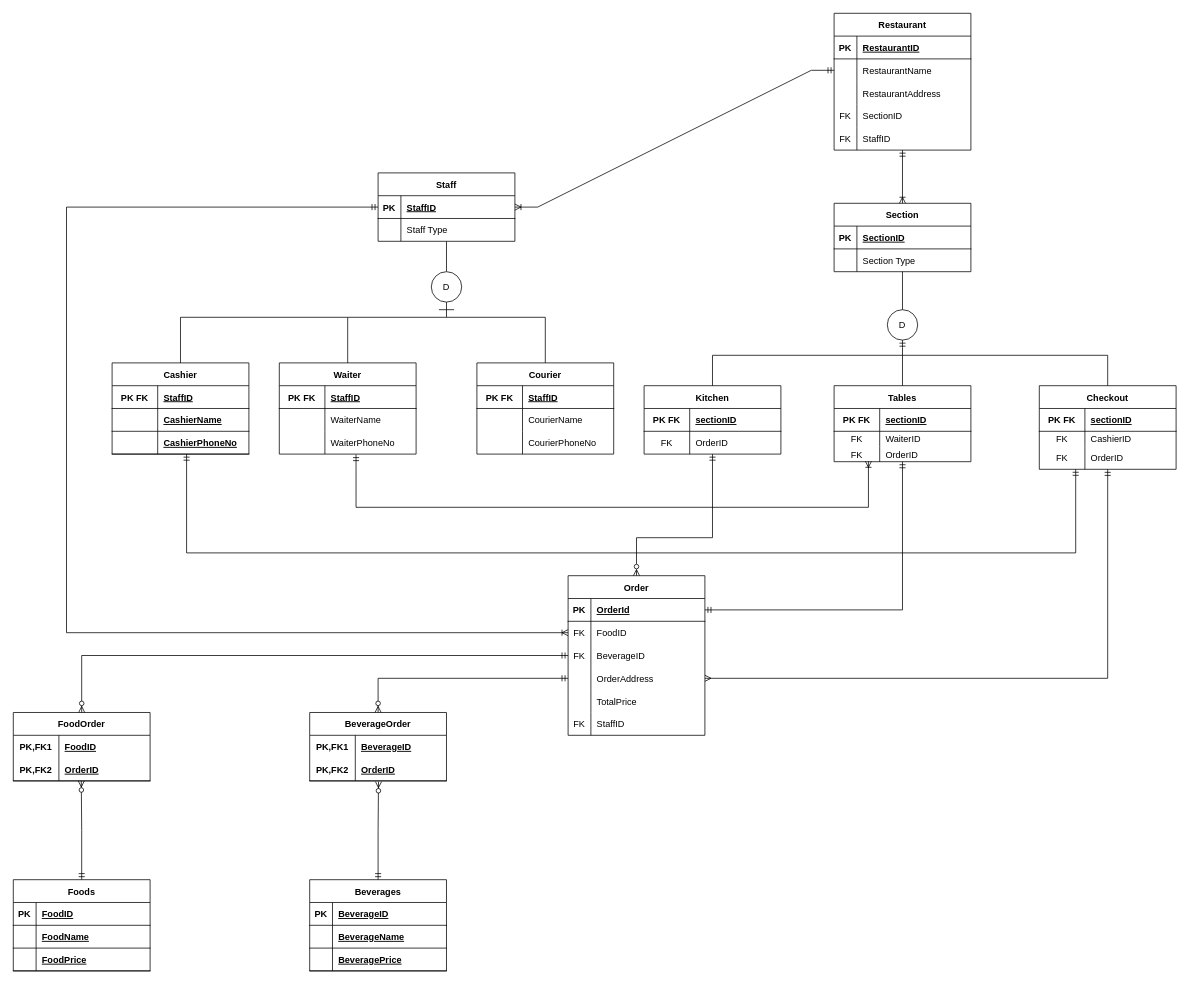
Before: restaurant.drawio in burakalatas/CafeOrderProject, a draw.io diagram. Source tidied: cells renumbered, new cells numbered last; positions are measured from the earlier drawing's top-left corner, leaving out a move shared by most shapes. Both pictures are drawn from the tidied source at 76%, with x=0, y=0 at pixel (13, 13).
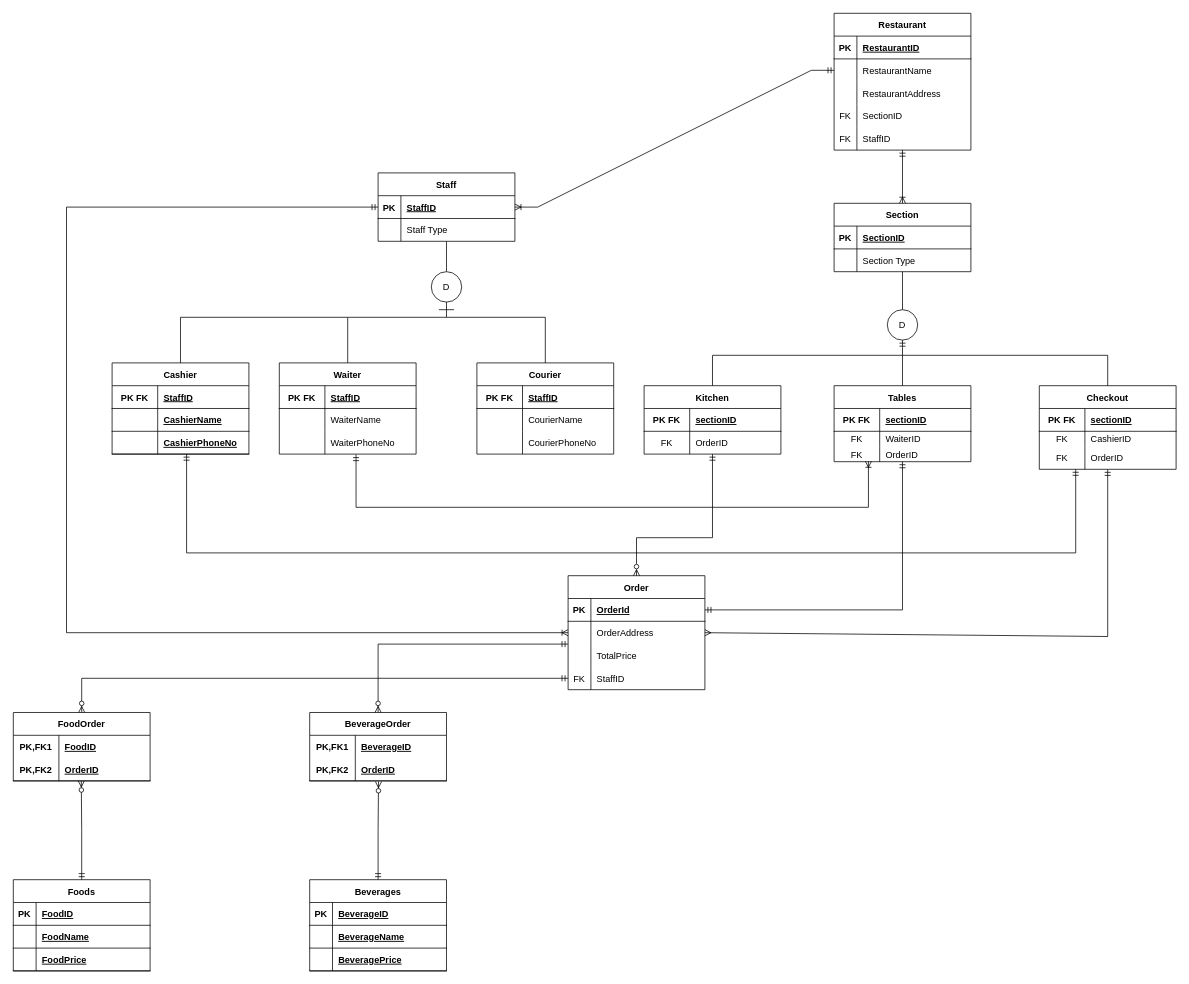
After the change.

The change refers to these unchanged cells:
```xml
<mxCell id="35" value="Checkout" style="shape=table;startSize=30;childLayout=tableLayout;rowLines=0;fontStyle=1;align=center;" parent="1" vertex="1">
  <mxGeometry x="1350" y="490" width="180" height="110" as="geometry" />
</mxCell>
<mxCell id="74" style="shape=tableRow;horizontal=0;startSize=0;swimlaneHead=0;swimlaneBody=0;fillColor=none;points=[[0,0.5],[1,0.5]];portConstraint=eastwest;top=0;left=0;right=0;bottom=1;" parent="73" vertex="1">
  <mxGeometry y="30" width="180" height="30" as="geometry" />
</mxCell>
<mxCell id="150" value="FoodOrder" style="shape=table;startSize=30;childLayout=tableLayout;rowLines=0;fontStyle=1;align=center;" parent="1" vertex="1">
  <mxGeometry y="920" width="180" height="90" as="geometry" />
</mxCell>
<mxCell id="157" value="BeverageOrder" style="shape=table;startSize=30;childLayout=tableLayout;rowLines=0;fontStyle=1;align=center;" parent="1" vertex="1">
  <mxGeometry x="390" y="920" width="180" height="90" as="geometry" />
</mxCell>
```

The edit, as a diff of the source:
```diff
@@
     <mxCell id="51" value="Order" style="shape=table;startSize=30;childLayout=tableLayout;rowLines=0;fontStyle=1;align=center;" parent="1" vertex="1">
-      <mxGeometry x="730" y="740" width="180" height="210" as="geometry" />
+      <mxGeometry x="730" y="740" width="180" height="150" as="geometry" />
     </mxCell>
@@
-    <mxCell id="55" style="shape=tableRow;horizontal=0;startSize=0;swimlaneHead=0;swimlaneBody=0;fillColor=none;points=[[0,0.5],[1,0.5]];portConstraint=eastwest;top=0;left=0;right=0;bottom=0;" parent="51" vertex="1">
-      <mxGeometry y="60" width="180" height="30" as="geometry" />
-    </mxCell>
-    <mxCell id="56" value="FK" style="shape=partialRectangle;fillColor=none;top=0;left=0;bottom=0;right=0;overflow=hidden;" parent="55" vertex="1">
-      <mxGeometry width="30" height="30" as="geometry" />
-    </mxCell>
-    <mxCell id="57" value="FoodID" style="shape=partialRectangle;fillColor=none;top=0;left=0;bottom=0;right=0;align=left;spacingLeft=6;overflow=hidden;" parent="55" vertex="1">
-      <mxGeometry x="30" width="150" height="30" as="geometry" />
-    </mxCell>
-    <mxCell id="58" style="shape=tableRow;horizontal=0;startSize=0;swimlaneHead=0;swimlaneBody=0;fillColor=none;points=[[0,0.5],[1,0.5]];portConstraint=eastwest;top=0;left=0;right=0;bottom=0;" parent="51" vertex="1">
-      <mxGeometry y="90" width="180" height="30" as="geometry" />
-    </mxCell>
-    <mxCell id="59" value="FK" style="shape=partialRectangle;fillColor=none;top=0;left=0;bottom=0;right=0;overflow=hidden;" parent="58" vertex="1">
-      <mxGeometry width="30" height="30" as="geometry" />
-    </mxCell>
-    <mxCell id="60" value="BeverageID" style="shape=partialRectangle;fillColor=none;top=0;left=0;bottom=0;right=0;align=left;spacingLeft=6;overflow=hidden;" parent="58" vertex="1">
-      <mxGeometry x="30" width="150" height="30" as="geometry" />
-    </mxCell>
     <mxCell id="61" style="shape=tableRow;horizontal=0;startSize=0;swimlaneHead=0;swimlaneBody=0;fillColor=none;points=[[0,0.5],[1,0.5]];portConstraint=eastwest;top=0;left=0;right=0;bottom=0;" parent="51" vertex="1">
-      <mxGeometry y="120" width="180" height="30" as="geometry" />
+      <mxGeometry y="60" width="180" height="30" as="geometry" />
     </mxCell>
@@
     <mxCell id="64" style="shape=tableRow;horizontal=0;startSize=0;swimlaneHead=0;swimlaneBody=0;fillColor=none;top=0;left=0;right=0;bottom=0;" parent="51" vertex="1">
-      <mxGeometry y="150" width="180" height="30" as="geometry" />
+      <mxGeometry y="90" width="180" height="30" as="geometry" />
     </mxCell>
@@
     <mxCell id="67" style="shape=tableRow;horizontal=0;startSize=0;swimlaneHead=0;swimlaneBody=0;fillColor=none;points=[[0,0.5],[1,0.5]];portConstraint=eastwest;top=0;left=0;right=0;bottom=0;" parent="51" vertex="1">
-      <mxGeometry y="180" width="180" height="30" as="geometry" />
+      <mxGeometry y="120" width="180" height="30" as="geometry" />
     </mxCell>
@@
     <mxCell id="72" style="endArrow=ERmandOne;html=1;rounded=0;entryX=0.5;entryY=1;entryDx=0;entryDy=0;exitX=1;exitY=0.5;exitDx=0;exitDy=0;startArrow=ERmany;startFill=0;endFill=0;" parent="1" edge="1" source="61" target="35">
       <mxGeometry relative="1" as="geometry">
         <Array as="points">
-          <mxPoint x="1440" y="875" />
+          <mxPoint x="1440" y="820" />
         </Array>
       </mxGeometry>
     </mxCell>
@@
-    <mxCell id="126" style="edgeStyle=orthogonalEdgeStyle;fontSize=12;html=1;endArrow=ERoneToMany;startArrow=ERmandOne;rounded=0;entryX=0;entryY=0.5;entryDx=0;entryDy=0;exitX=0;exitY=0.5;exitDx=0;exitDy=0;" parent="1" edge="1" source="74" target="55">
+    <mxCell id="126" style="edgeStyle=orthogonalEdgeStyle;fontSize=12;html=1;endArrow=ERoneToMany;startArrow=ERmandOne;rounded=0;exitX=0;exitY=0.5;exitDx=0;exitDy=0;" parent="1" edge="1" source="74">
       <mxGeometry relative="1" as="geometry">
+        <mxPoint x="730" y="815" as="targetPoint" />
         <Array as="points">
           <mxPoint x="70" y="255" />
           <mxPoint x="70" y="815" />
+          <mxPoint x="730" y="815" />
         </Array>
       </mxGeometry>
     </mxCell>
@@
-    <mxCell id="164" style="edgeStyle=orthogonalEdgeStyle;fontSize=12;html=1;endArrow=ERzeroToMany;startArrow=ERmandOne;rounded=0;exitX=0;exitY=0.5;exitDx=0;exitDy=0;entryX=0.5;entryY=0;entryDx=0;entryDy=0;" parent="1" edge="1" source="61" target="157">
-      <mxGeometry relative="1" as="geometry" />
+    <mxCell id="164" style="edgeStyle=orthogonalEdgeStyle;fontSize=12;html=1;endArrow=ERzeroToMany;startArrow=ERmandOne;rounded=0;entryX=0.5;entryY=0;entryDx=0;entryDy=0;" parent="1" edge="1" target="157">
+      <mxGeometry relative="1" as="geometry">
+        <mxPoint x="730" y="830" as="sourcePoint" />
+        <Array as="points">
+          <mxPoint x="730" y="830" />
+          <mxPoint x="480" y="830" />
+        </Array>
+      </mxGeometry>
     </mxCell>
@@
-    <mxCell id="166" style="edgeStyle=orthogonalEdgeStyle;fontSize=12;html=1;endArrow=ERzeroToMany;startArrow=ERmandOne;rounded=0;exitX=0;exitY=0.5;exitDx=0;exitDy=0;" parent="1" edge="1" source="58" target="150">
+    <mxCell id="166" style="edgeStyle=orthogonalEdgeStyle;fontSize=12;html=1;endArrow=ERzeroToMany;startArrow=ERmandOne;rounded=0;exitX=0;exitY=0.5;exitDx=0;exitDy=0;" parent="1" edge="1" source="67" target="150">
       <mxGeometry relative="1" as="geometry" />
     </mxCell>
```
